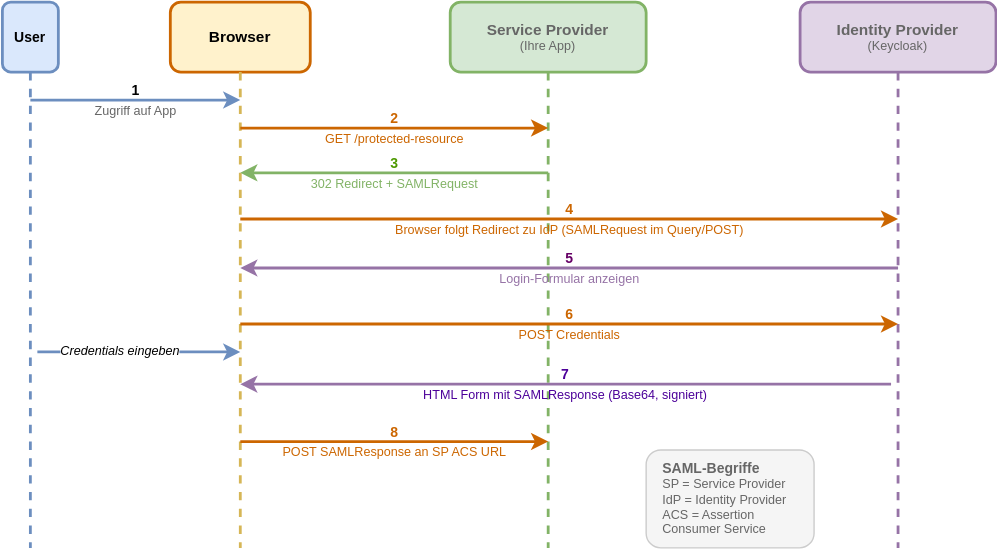
Earlier version of the draw.io export slides/02-protokoll-standards/images/saml_flow.drawio.svg (it-erben/training-keycloak). Source tidied: cells renumbered, new cells last; positions are measured from the earlier drawing's top-left corner, leaving out a move shared by most shapes.
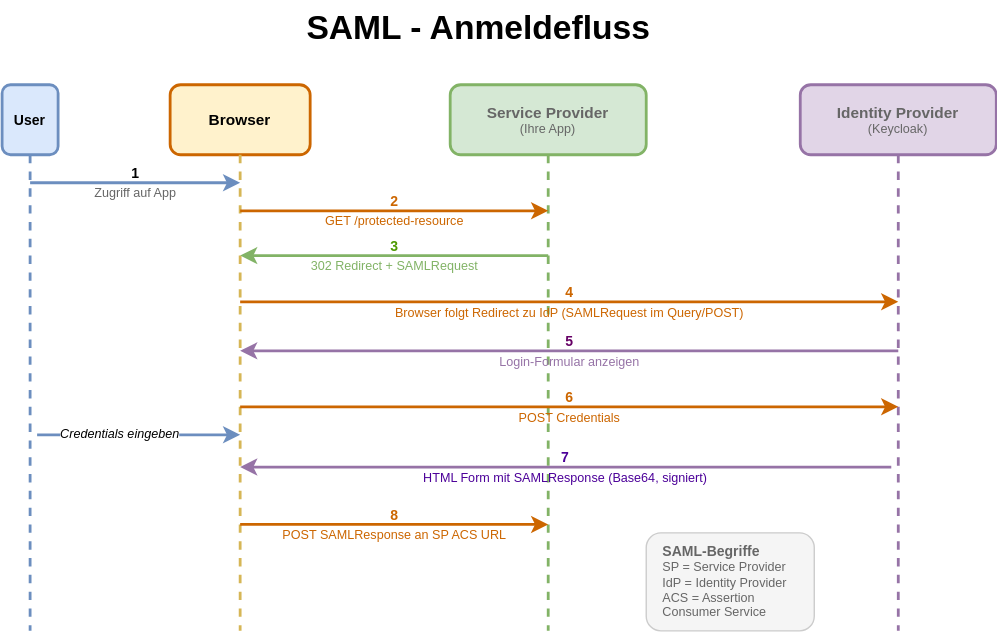
After the commit.

The edit, as a diff of the source:
```diff
@@ -94,5 +94,8 @@
     <mxCell id="20" value="&lt;font style=&quot;font-size:10px&quot;&gt;&lt;b&gt;SAML-Begriffe&lt;/b&gt;&lt;/font&gt;&lt;br&gt;&lt;font style=&quot;font-size:9px&quot; color=&quot;#666666&quot;&gt;SP = Service Provider&lt;/font&gt;&lt;br&gt;&lt;font style=&quot;font-size:9px&quot; color=&quot;#666666&quot;&gt;IdP = Identity Provider&lt;/font&gt;&lt;br&gt;&lt;font style=&quot;font-size:9px&quot; color=&quot;#666666&quot;&gt;ACS = Assertion&lt;/font&gt;&lt;br&gt;&lt;font style=&quot;font-size:9px&quot; color=&quot;#666666&quot;&gt;      Consumer Service&lt;/font&gt;" style="rounded=1;whiteSpace=wrap;html=1;fillColor=#f5f5f5;strokeColor=#cccccc;strokeWidth=1;align=left;verticalAlign=middle;fontSize=9;fontColor=#666666;spacingLeft=10;" parent="1" vertex="1">
       <mxGeometry x="460" y="320" width="120" height="70" as="geometry" />
     </mxCell>
+    <mxCell id="21" value="SAML - Anmeldefluss" style="text;strokeColor=none;fillColor=none;html=1;fontSize=24;fontStyle=1;verticalAlign=middle;align=center;" parent="1" vertex="1">
+      <mxGeometry x="290" y="-60" width="100" height="40" as="geometry" />
+    </mxCell>
   </root>
 </mxGraphModel>
```
